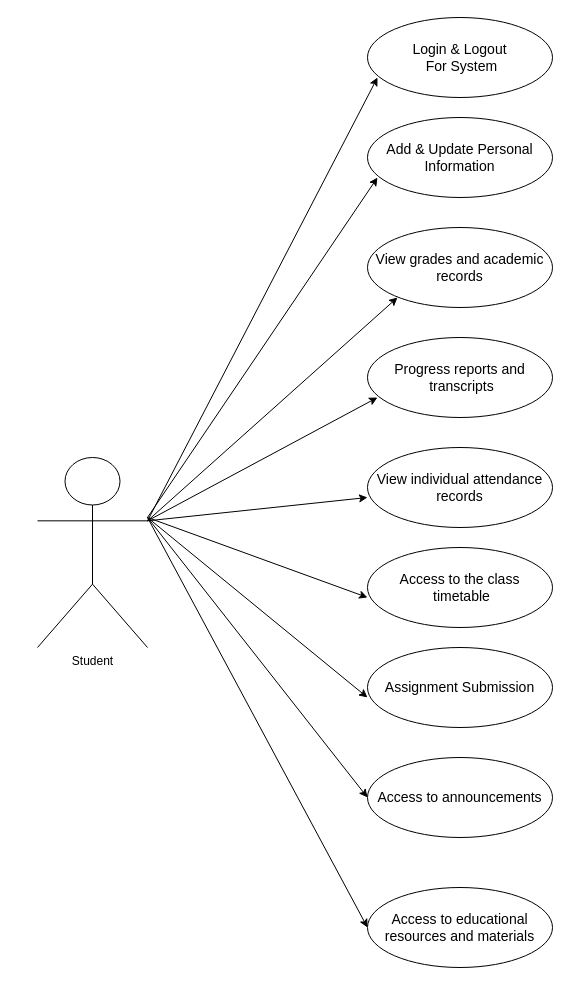
Before: Use Case Diagram/Student Module.drawio in satanijatin/PythonProject, a draw.io diagram. Source tidied: cells renumbered, new cells numbered last; positions are measured from the earlier drawing's top-left corner, leaving out a move shared by most shapes. Both pictures are drawn from the tidied source at 100%, with x=0, y=0 at pixel (37, 17).
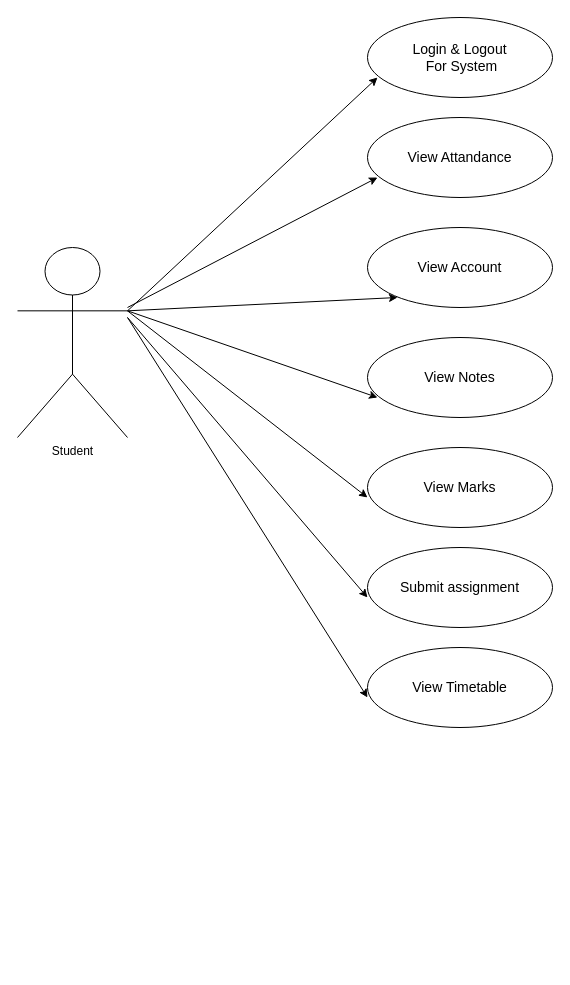
The same diagram, later.

Diff of the diagram source:
```diff
@@
     <mxCell id="2" value="Student" style="shape=umlActor;verticalLabelPosition=bottom;verticalAlign=top;html=1;outlineConnect=0;" parent="1" vertex="1">
-      <mxGeometry y="440" width="110" height="190" as="geometry" />
+      <mxGeometry x="-20" y="230" width="110" height="190" as="geometry" />
     </mxCell>
@@
-    <mxCell id="4" value="&lt;font style=&quot;font-size: 14px;&quot;&gt;Add &amp;amp; Update Personal Information&lt;/font&gt;" style="ellipse;whiteSpace=wrap;html=1;" parent="1" vertex="1">
+    <mxCell id="4" value="&lt;font style=&quot;font-size: 14px;&quot;&gt;View Attandance&lt;/font&gt;" style="ellipse;whiteSpace=wrap;html=1;" parent="1" vertex="1">
       <mxGeometry x="330" y="100" width="185" height="80" as="geometry" />
     </mxCell>
-    <mxCell id="5" value="&lt;div&gt;&lt;font style=&quot;font-size: 14px;&quot;&gt;View grades and academic records&lt;/font&gt;&lt;/div&gt;" style="ellipse;whiteSpace=wrap;html=1;" parent="1" vertex="1">
+    <mxCell id="5" value="&lt;div&gt;&lt;font style=&quot;font-size: 14px;&quot;&gt;View Account&lt;/font&gt;&lt;/div&gt;" style="ellipse;whiteSpace=wrap;html=1;" parent="1" vertex="1">
       <mxGeometry x="330" y="210" width="185" height="80" as="geometry" />
     </mxCell>
-    <mxCell id="6" value="&lt;div style=&quot;font-size: 14px;&quot;&gt;&lt;font style=&quot;font-size: 14px;&quot;&gt;Progress reports and&lt;/font&gt;&lt;/div&gt;&lt;div style=&quot;font-size: 14px;&quot;&gt;&lt;font style=&quot;font-size: 14px;&quot;&gt;&amp;nbsp;transcripts&lt;/font&gt;&lt;/div&gt;" style="ellipse;whiteSpace=wrap;html=1;" parent="1" vertex="1">
+    <mxCell id="6" value="&lt;div style=&quot;font-size: 14px;&quot;&gt;View Notes&lt;/div&gt;" style="ellipse;whiteSpace=wrap;html=1;" parent="1" vertex="1">
       <mxGeometry x="330" y="320" width="185" height="80" as="geometry" />
     </mxCell>
-    <mxCell id="7" value="&lt;font style=&quot;font-size: 14px;&quot;&gt;View individual attendance records&lt;/font&gt;" style="ellipse;whiteSpace=wrap;html=1;" parent="1" vertex="1">
+    <mxCell id="7" value="&lt;font style=&quot;font-size: 14px;&quot;&gt;View Marks&lt;/font&gt;" style="ellipse;whiteSpace=wrap;html=1;" parent="1" vertex="1">
       <mxGeometry x="330" y="430" width="185" height="80" as="geometry" />
     </mxCell>
-    <mxCell id="8" value="&lt;div style=&quot;font-size: 14px;&quot;&gt;&lt;font style=&quot;font-size: 14px;&quot;&gt;Access to the class&lt;/font&gt;&lt;/div&gt;&lt;div style=&quot;font-size: 14px;&quot;&gt;&lt;font style=&quot;font-size: 14px;&quot;&gt;&amp;nbsp;timetable&lt;/font&gt;&lt;/div&gt;" style="ellipse;whiteSpace=wrap;html=1;" parent="1" vertex="1">
+    <mxCell id="8" value="&lt;div style=&quot;font-size: 14px;&quot;&gt;Submit assignment&lt;/div&gt;" style="ellipse;whiteSpace=wrap;html=1;" parent="1" vertex="1">
       <mxGeometry x="330" y="530" width="185" height="80" as="geometry" />
     </mxCell>
-    <mxCell id="9" value="&lt;div&gt;&lt;font style=&quot;font-size: 14px;&quot;&gt;Assignment Submission&lt;/font&gt;&lt;/div&gt;" style="ellipse;whiteSpace=wrap;html=1;" parent="1" vertex="1">
+    <mxCell id="9" value="&lt;div&gt;&lt;font style=&quot;font-size: 14px;&quot;&gt;View Timetable&lt;/font&gt;&lt;/div&gt;" style="ellipse;whiteSpace=wrap;html=1;" parent="1" vertex="1">
       <mxGeometry x="330" y="630" width="185" height="80" as="geometry" />
     </mxCell>
-    <mxCell id="10" value="&lt;font style=&quot;font-size: 14px;&quot;&gt;Access to announcements&lt;/font&gt;" style="ellipse;whiteSpace=wrap;html=1;" parent="1" vertex="1">
-      <mxGeometry x="330" y="740" width="185" height="80" as="geometry" />
-    </mxCell>
-    <mxCell id="11" value="&lt;font style=&quot;font-size: 14px;&quot;&gt;Access to educational resources and materials&lt;/font&gt;" style="ellipse;whiteSpace=wrap;html=1;" parent="1" vertex="1">
-      <mxGeometry x="330" y="870" width="185" height="80" as="geometry" />
-    </mxCell>
@@
     <mxCell id="13" style="endArrow=classic;html=1;rounded=0;" parent="1" edge="1">
       <mxGeometry relative="1" as="geometry">
-        <mxPoint x="110" y="500" as="sourcePoint" />
+        <mxPoint x="90" y="290" as="sourcePoint" />
         <mxPoint x="340" y="160" as="targetPoint" />
       </mxGeometry>
     </mxCell>
@@
     <mxCell id="17" style="endArrow=classic;html=1;rounded=0;" parent="1" edge="1">
       <mxGeometry relative="1" as="geometry">
-        <mxPoint x="110" y="500" as="sourcePoint" />
+        <mxPoint x="90" y="300" as="sourcePoint" />
         <mxPoint x="330" y="580" as="targetPoint" />
       </mxGeometry>
     </mxCell>
     <mxCell id="18" style="endArrow=classic;html=1;rounded=0;" parent="1" edge="1">
       <mxGeometry relative="1" as="geometry">
-        <mxPoint x="110" y="500" as="sourcePoint" />
+        <mxPoint x="90" y="300" as="sourcePoint" />
         <mxPoint x="330" y="680" as="targetPoint" />
       </mxGeometry>
     </mxCell>
-    <mxCell id="19" style="endArrow=classic;html=1;rounded=0;entryX=0;entryY=0.5;entryDx=0;entryDy=0;" parent="1" edge="1" target="10">
-      <mxGeometry relative="1" as="geometry">
-        <mxPoint x="110" y="500" as="sourcePoint" />
-      </mxGeometry>
-    </mxCell>
-    <mxCell id="20" style="endArrow=classic;html=1;rounded=0;" parent="1" edge="1">
-      <mxGeometry relative="1" as="geometry">
-        <mxPoint x="110" y="500" as="sourcePoint" />
-        <mxPoint x="330" y="910" as="targetPoint" />
-      </mxGeometry>
-    </mxCell>
```
